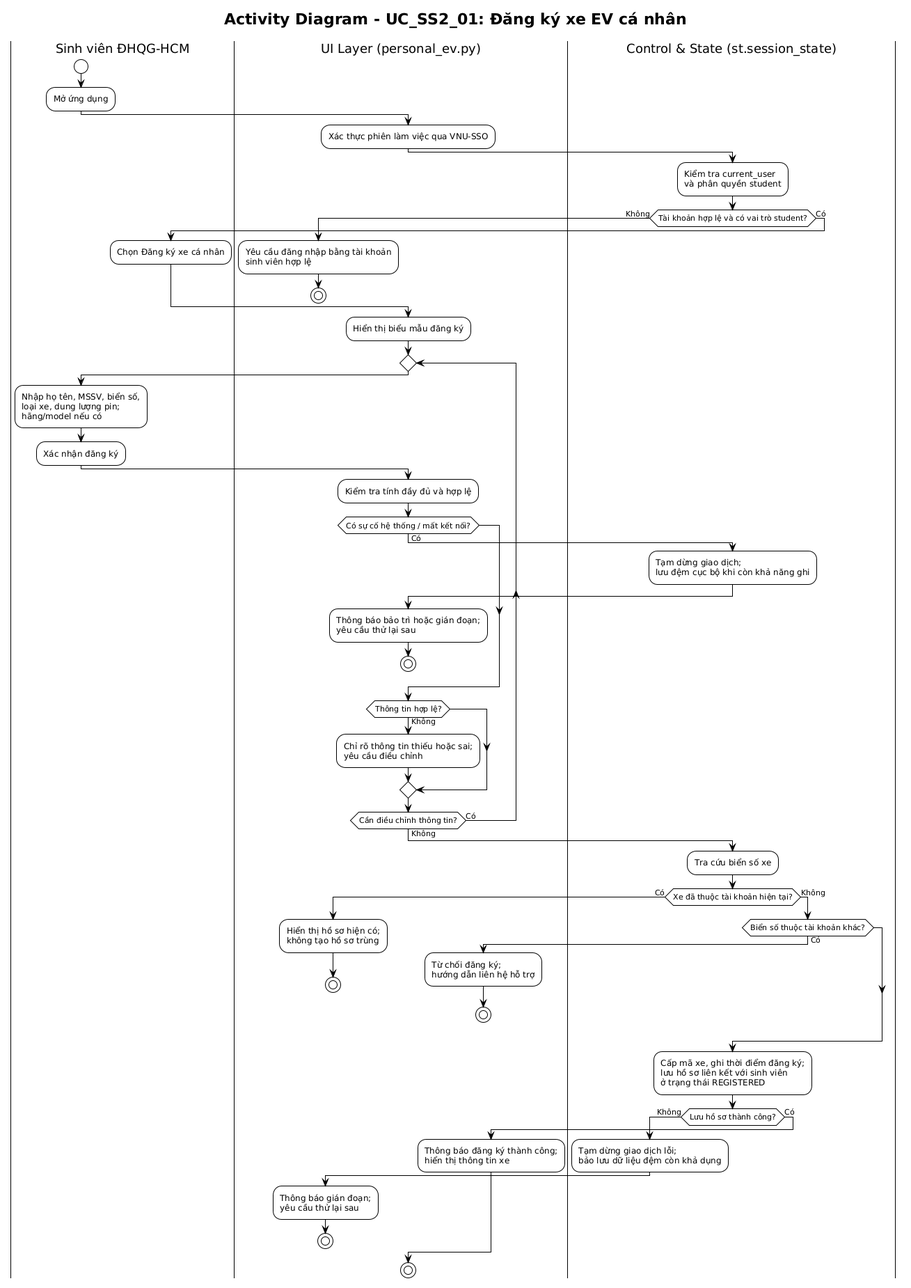
Above: docs/diagrams/Use-case detail-scenario/SS2/Activity diagrams/UC_SS2_01_NguyenAnhTai_activity.png in Dat-nguyen195/BTL_1_CNPM (PlantUML), before the change.
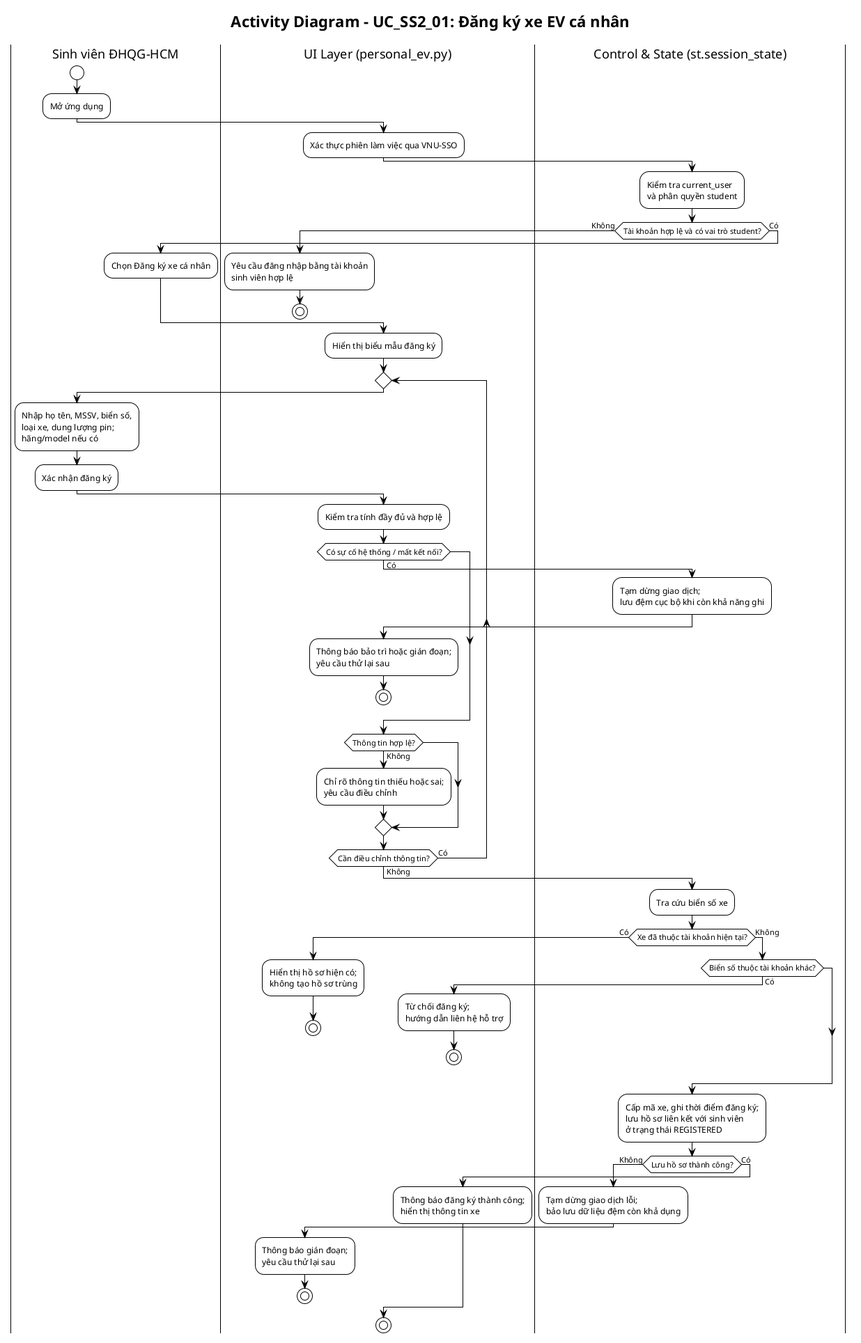
The same file after the commit.

Diff of the diagram source:
```diff
@@ -1,4 +1,5 @@
-@startuml
+@startuml UC_SS2_01_NguyenAnhTai_activity
+!pragma layout smetana
 !theme plain
 skinparam activityMessageAlign center
 
```
